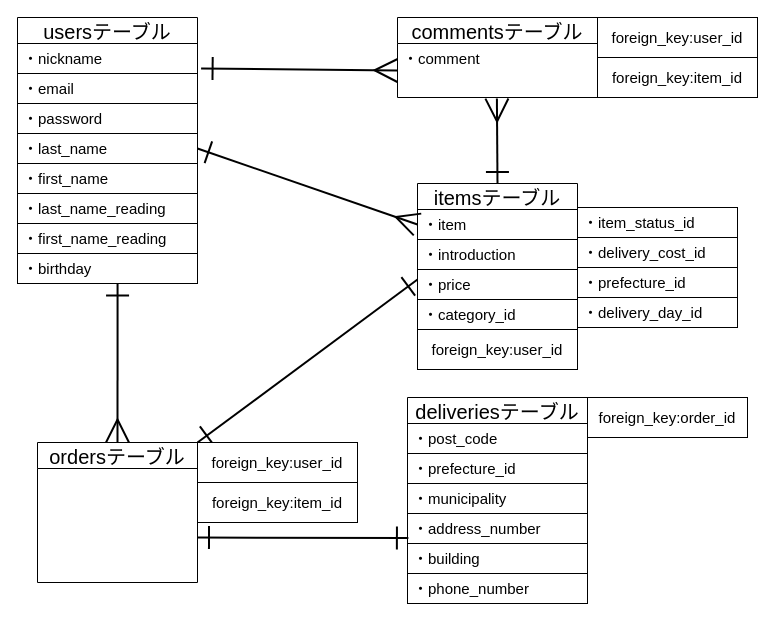
Above: furima.dio in suzuka1621/furima-38672 (draw.io), before the change. Source tidied: cells renumbered, new cells numbered last; positions are measured from the earlier drawing's top-left corner, leaving out a move shared by most shapes. Both pictures are drawn from the tidied source at 100%, with x=0, y=0 at pixel (17, 17).
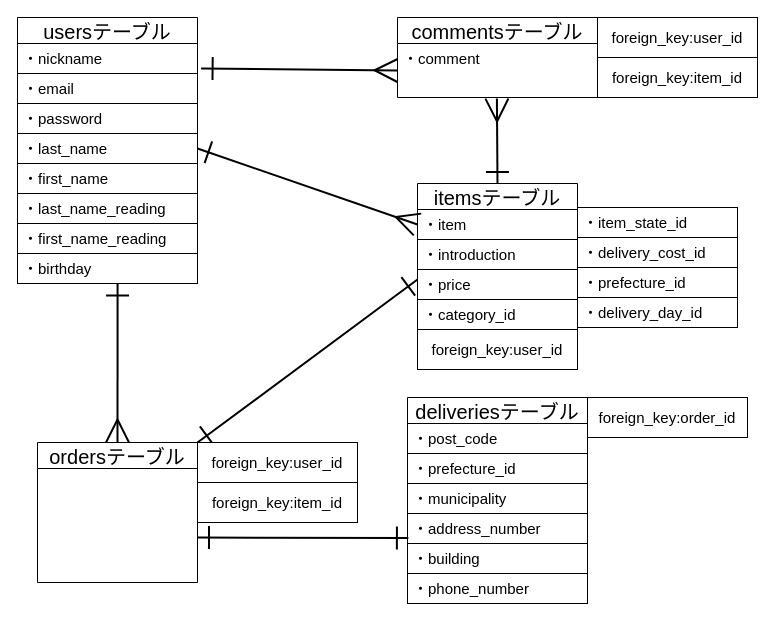
After the change.

What changed in the source:
```diff
@@
-    <mxCell id="38" value="・item_status_id" style="text;strokeColor=default;fillColor=none;spacingLeft=4;spacingRight=4;overflow=hidden;fontSize=15;" parent="1" vertex="1">
+    <mxCell id="38" value="・item_state_id" style="text;strokeColor=default;fillColor=none;spacingLeft=4;spacingRight=4;overflow=hidden;fontSize=15;" parent="1" vertex="1">
       <mxGeometry x="560" y="190" width="160" height="30" as="geometry" />
     </mxCell>
```
